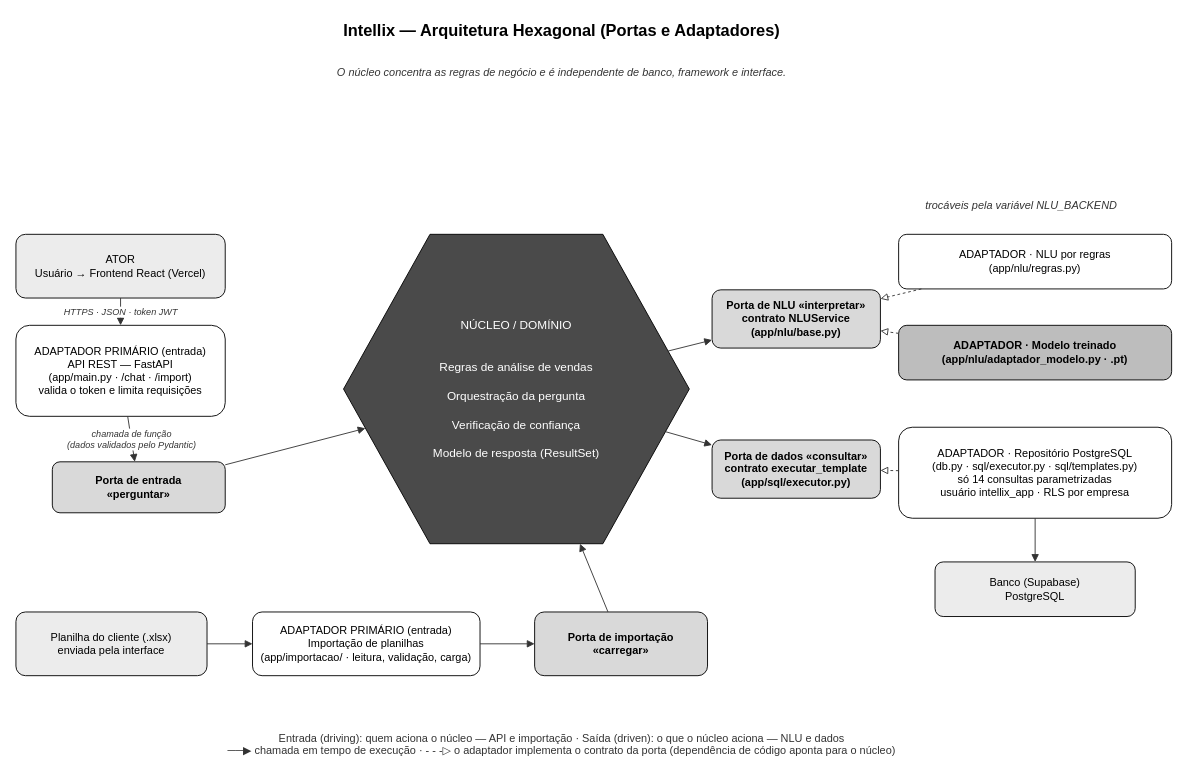
Above: docs/diagramas/arquitetura_hexagonal_pb.drawio in intellix-tcc/Intellix (draw.io), before the change. Source tidied: cells renumbered, new cells numbered last; positions are measured from the earlier drawing's top-left corner, leaving out a move shared by most shapes. Both pictures are drawn from the tidied source at 91%, with x=0, y=0 at pixel (15, 15).
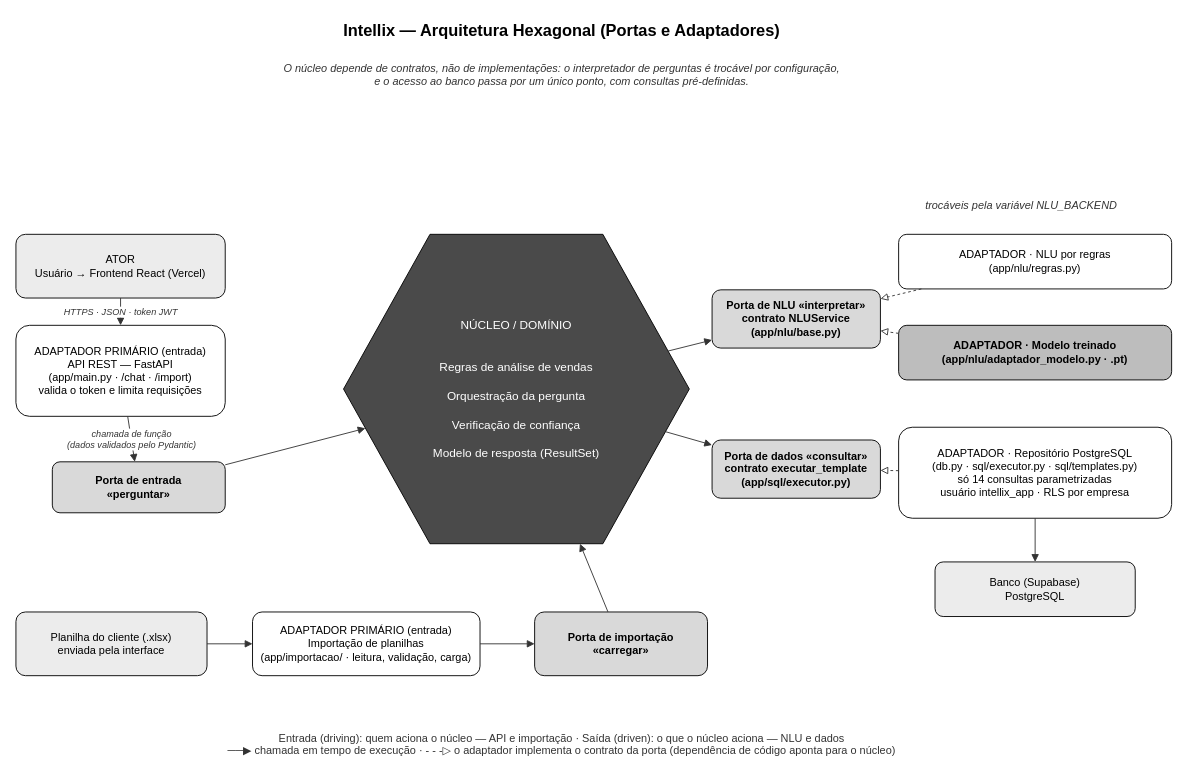
Above is the later version.

Commit message (it also covers changes not shown here):
docs(diagramas): subtitulo do hexagonal fiel ao codigo (so o NLU e trocavel)

The edit, as a diff of the source:
```diff
@@
-    <mxCell id="3" value="O núcleo concentra as regras de negócio e é independente de banco, framework e interface." style="text;fontFamily=Helvetica;fontSize=12;html=1;whiteSpace=wrap;strokeColor=none;fillColor=none;align=center;fontStyle=2;fontColor=#333333;" parent="1" vertex="1">
-      <mxGeometry x="190" y="48" width="820" height="26" as="geometry" />
+    <mxCell id="3" value="O núcleo depende de contratos, não de implementações: o interpretador de perguntas é trocável por configuração,&#10;e o acesso ao banco passa por um único ponto, com consultas pré-definidas." style="text;fontFamily=Helvetica;fontSize=12;html=1;whiteSpace=wrap;strokeColor=none;fillColor=none;align=center;fontStyle=2;fontColor=#333333;" parent="1" vertex="1">
+      <mxGeometry x="100" y="44" width="1000" height="40" as="geometry" />
     </mxCell>
```
